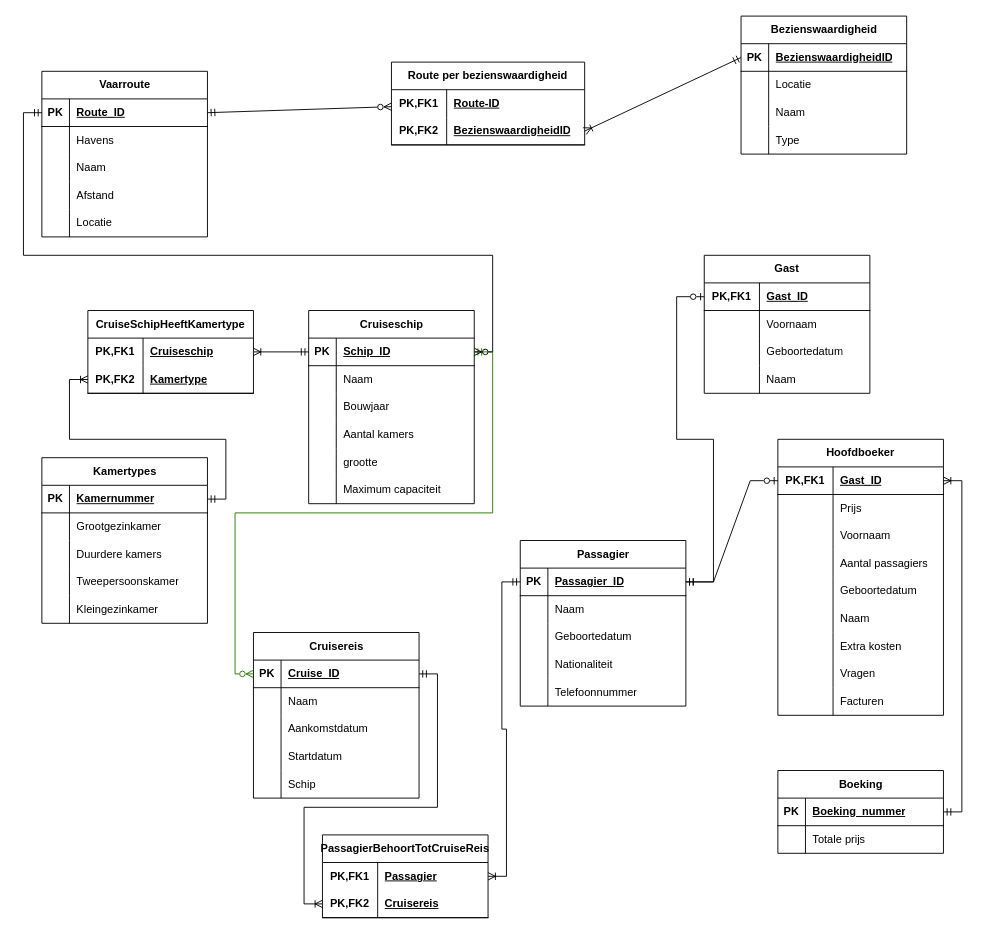
Above: logisch datamodel.drawio in IgnaceVanbrabant/prodject-database (draw.io), before the change. Source tidied: cells renumbered, new cells numbered last; positions are measured from the earlier drawing's top-left corner, leaving out a move shared by most shapes. Both pictures are drawn from the tidied source at 92%, with x=0, y=0 at pixel (23, 16).
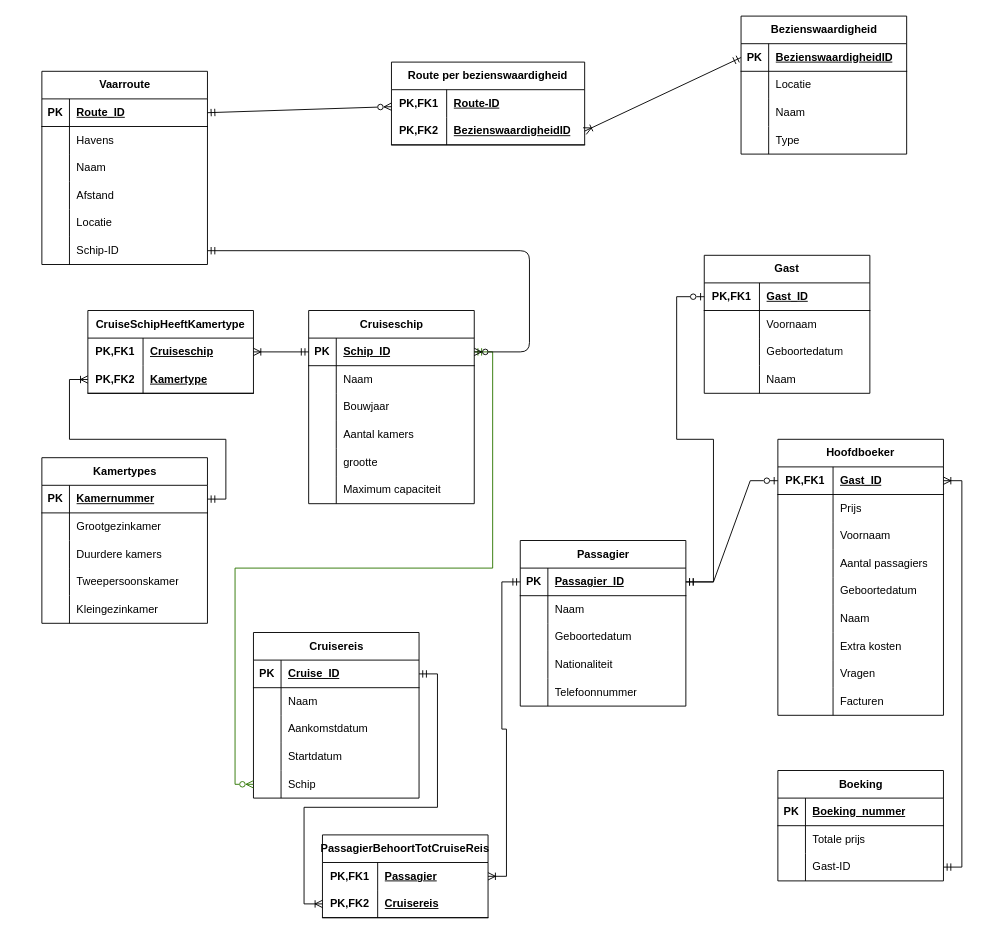
After the change.

Commit message:
nog verbeterd

The change refers to these unchanged cells:
```xml
<mxCell id="3" style="shape=tableRow;horizontal=0;startSize=0;swimlaneHead=0;swimlaneBody=0;fillColor=none;points=[[0,0.5],[1,0.5]];portConstraint=eastwest;top=0;left=0;right=0;bottom=1;" parent="2" vertex="1">
  <mxGeometry y="30" width="180" height="30" as="geometry" />
</mxCell>
<mxCell id="32" style="shape=tableRow;horizontal=0;startSize=0;swimlaneHead=0;swimlaneBody=0;fillColor=none;points=[[0,0.5],[1,0.5]];portConstraint=eastwest;top=0;left=0;right=0;bottom=1;" parent="31" vertex="1">
  <mxGeometry y="30" width="180" height="30" as="geometry" />
</mxCell>
<mxCell id="44" style="shape=tableRow;horizontal=0;startSize=0;swimlaneHead=0;swimlaneBody=0;fillColor=none;points=[[0,0.5],[1,0.5]];portConstraint=eastwest;top=0;left=0;right=0;bottom=0;" parent="31" vertex="1">
  <mxGeometry y="150" width="180" height="30" as="geometry" />
</mxCell>
<mxCell id="48" style="shape=tableRow;horizontal=0;startSize=0;swimlaneHead=0;swimlaneBody=0;fillColor=none;points=[[0,0.5],[1,0.5]];portConstraint=eastwest;top=0;left=0;right=0;bottom=1;" parent="47" vertex="1">
  <mxGeometry y="30" width="180" height="30" as="geometry" />
</mxCell>
<mxCell id="99" style="shape=tableRow;horizontal=0;startSize=0;swimlaneHead=0;swimlaneBody=0;fillColor=none;points=[[0,0.5],[1,0.5]];portConstraint=eastwest;top=0;left=0;right=0;bottom=1;html=1;" parent="98" vertex="1">
  <mxGeometry y="30" width="180" height="30" as="geometry" />
</mxCell>
<mxCell id="127" style="shape=tableRow;horizontal=0;startSize=0;swimlaneHead=0;swimlaneBody=0;fillColor=none;points=[[0,0.5],[1,0.5]];portConstraint=eastwest;top=0;left=0;right=0;bottom=1;" parent="126" vertex="1">
  <mxGeometry y="30" width="180" height="30" as="geometry" />
</mxCell>
```

The edit, as a diff of the source:
```diff
@@
     <mxCell id="2" value="Vaarroute" style="shape=table;startSize=30;childLayout=tableLayout;rowLines=0;fontStyle=1;align=center;html=1;" parent="1" vertex="1">
-      <mxGeometry x="20" y="60" width="180" height="180" as="geometry" />
+      <mxGeometry x="20" y="60" width="180" height="210" as="geometry" />
     </mxCell>
@@
+    <mxCell id="178" style="shape=tableRow;horizontal=0;startSize=0;swimlaneHead=0;swimlaneBody=0;fillColor=none;points=[[0,0.5],[1,0.5]];portConstraint=eastwest;top=0;left=0;right=0;bottom=0;" parent="2" vertex="1">
+      <mxGeometry y="180" width="180" height="30" as="geometry" />
+    </mxCell>
+    <mxCell id="179" style="shape=partialRectangle;fillColor=none;top=0;left=0;bottom=0;right=0;overflow=hidden;whiteSpace=wrap;html=1;" parent="178" vertex="1">
+      <mxGeometry width="30" height="30" as="geometry" />
+    </mxCell>
+    <mxCell id="180" value="Schip-ID" style="shape=partialRectangle;fillColor=none;top=0;left=0;bottom=0;right=0;align=left;spacingLeft=6;overflow=hidden;whiteSpace=wrap;html=1;" parent="178" vertex="1">
+      <mxGeometry x="30" width="150" height="30" as="geometry" />
+    </mxCell>
@@
     <mxCell id="126" value="Boeking" style="shape=table;startSize=30;childLayout=tableLayout;rowLines=0;fontStyle=1;align=center;html=1;" parent="1" vertex="1">
-      <mxGeometry x="820" y="820" width="180" height="90" as="geometry" />
+      <mxGeometry x="820" y="820" width="180" height="120" as="geometry" />
     </mxCell>
@@
+    <mxCell id="181" style="shape=tableRow;horizontal=0;startSize=0;swimlaneHead=0;swimlaneBody=0;fillColor=none;points=[[0,0.5],[1,0.5]];portConstraint=eastwest;top=0;left=0;right=0;bottom=0;" parent="126" vertex="1">
+      <mxGeometry y="90" width="180" height="30" as="geometry" />
+    </mxCell>
+    <mxCell id="182" style="shape=partialRectangle;fillColor=none;top=0;left=0;bottom=0;right=0;overflow=hidden;whiteSpace=wrap;html=1;" parent="181" vertex="1">
+      <mxGeometry width="30" height="30" as="geometry" />
+    </mxCell>
+    <mxCell id="183" value="Gast-ID" style="shape=partialRectangle;fillColor=none;top=0;left=0;bottom=0;right=0;align=left;spacingLeft=6;overflow=hidden;whiteSpace=wrap;html=1;" parent="181" vertex="1">
+      <mxGeometry x="30" width="150" height="30" as="geometry" />
+    </mxCell>
@@
-    <mxCell id="148" style="edgeStyle=orthogonalEdgeStyle;rounded=0;jettySize=auto;html=1;entryX=1;entryY=0.5;entryDx=0;entryDy=0;startArrow=ERoneToMany;startFill=0;endArrow=ERmandOne;endFill=0;exitX=1;exitY=0.5;exitDx=0;exitDy=0;" parent="1" edge="1" source="99" target="127">
+    <mxCell id="148" style="edgeStyle=orthogonalEdgeStyle;rounded=0;jettySize=auto;html=1;entryX=1;entryY=0.5;entryDx=0;entryDy=0;startArrow=ERoneToMany;startFill=0;endArrow=ERmandOne;endFill=0;exitX=1;exitY=0.5;exitDx=0;exitDy=0;" parent="1" edge="1" source="99" target="181">
       <mxGeometry relative="1" as="geometry" />
     </mxCell>
@@
-    <mxCell id="167" style="edgeStyle=orthogonalEdgeStyle;rounded=0;jettySize=auto;html=1;entryX=0;entryY=0.5;entryDx=0;entryDy=0;exitX=1;exitY=0.5;exitDx=0;exitDy=0;startArrow=ERmandOne;startFill=0;endArrow=ERzeroToMany;endFill=0;fillColor=#60a917;strokeColor=#2D7600;" parent="1" edge="1" source="48" target="32">
+    <mxCell id="167" style="edgeStyle=orthogonalEdgeStyle;rounded=0;jettySize=auto;html=1;entryX=0;entryY=0.5;entryDx=0;entryDy=0;exitX=1;exitY=0.5;exitDx=0;exitDy=0;startArrow=ERmandOne;startFill=0;endArrow=ERzeroToMany;endFill=0;fillColor=#60a917;strokeColor=#2D7600;" parent="1" edge="1" source="48" target="44">
       <mxGeometry relative="1" as="geometry" />
     </mxCell>
-    <mxCell id="168" style="edgeStyle=orthogonalEdgeStyle;rounded=0;jettySize=auto;html=1;entryX=1;entryY=0.5;entryDx=0;entryDy=0;startArrow=ERmandOne;startFill=0;endArrow=ERzeroToMany;endFill=0;exitX=0;exitY=0.5;exitDx=0;exitDy=0;" parent="1" edge="1" source="3" target="48">
-      <mxGeometry relative="1" as="geometry">
-        <Array as="points">
-          <mxPoint y="105" />
-          <mxPoint y="260" />
-          <mxPoint x="510" y="260" />
-          <mxPoint x="510" y="365" />
-        </Array>
-      </mxGeometry>
-    </mxCell>
@@
+    <mxCell id="184" style="edgeStyle=orthogonalEdgeStyle;html=1;entryX=1;entryY=0.5;entryDx=0;entryDy=0;endArrow=ERzeroToMany;endFill=0;startArrow=ERmandOne;startFill=0;" parent="1" edge="1" source="178" target="48">
+      <mxGeometry relative="1" as="geometry">
+        <Array as="points">
+          <mxPoint x="550" y="255" />
+          <mxPoint x="550" y="365" />
+        </Array>
+      </mxGeometry>
+    </mxCell>
```
